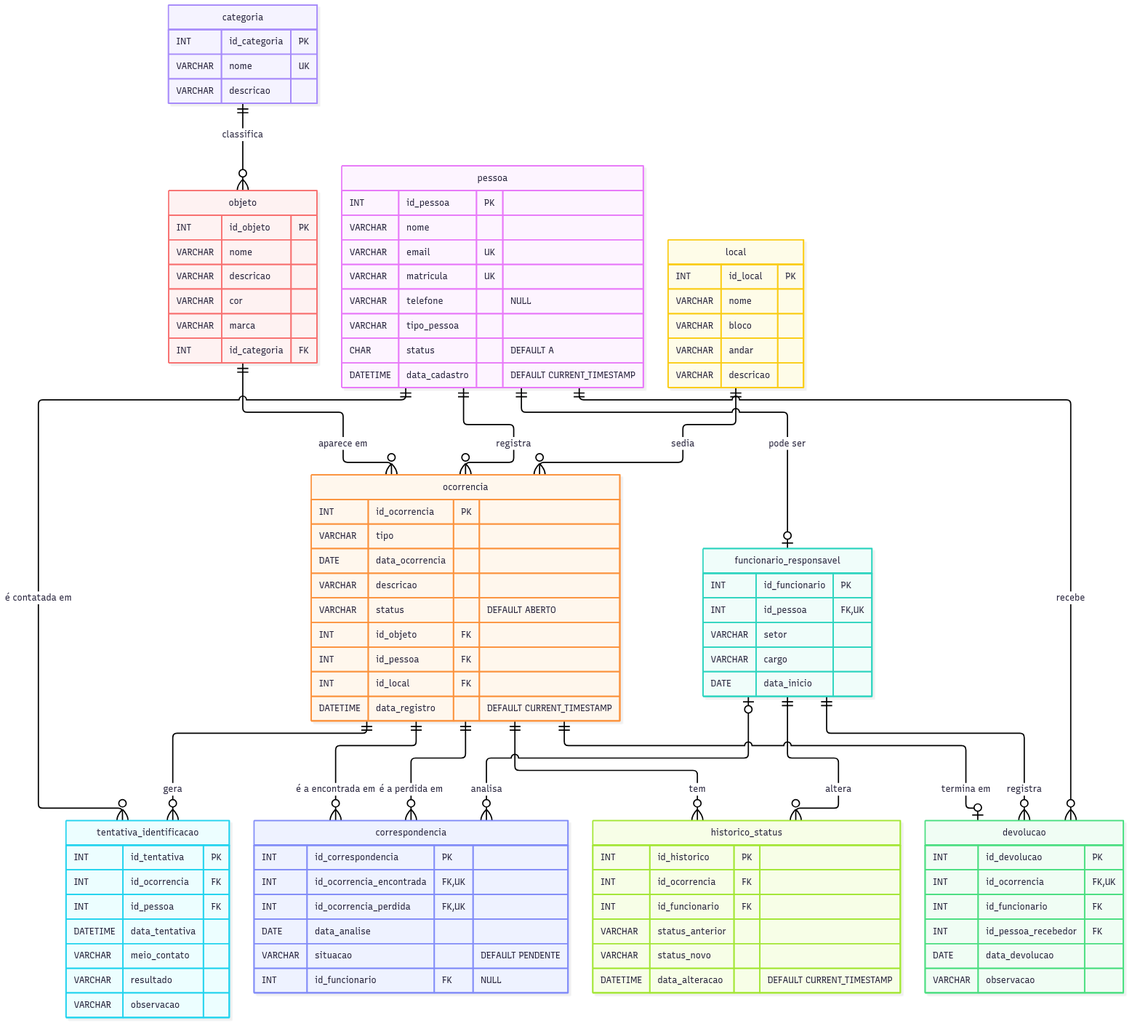
Earlier version of the Mermaid export docs/der.png (pedroqueirozs/encontra-afya). Its source is kept beside it as docs/der.mmd.
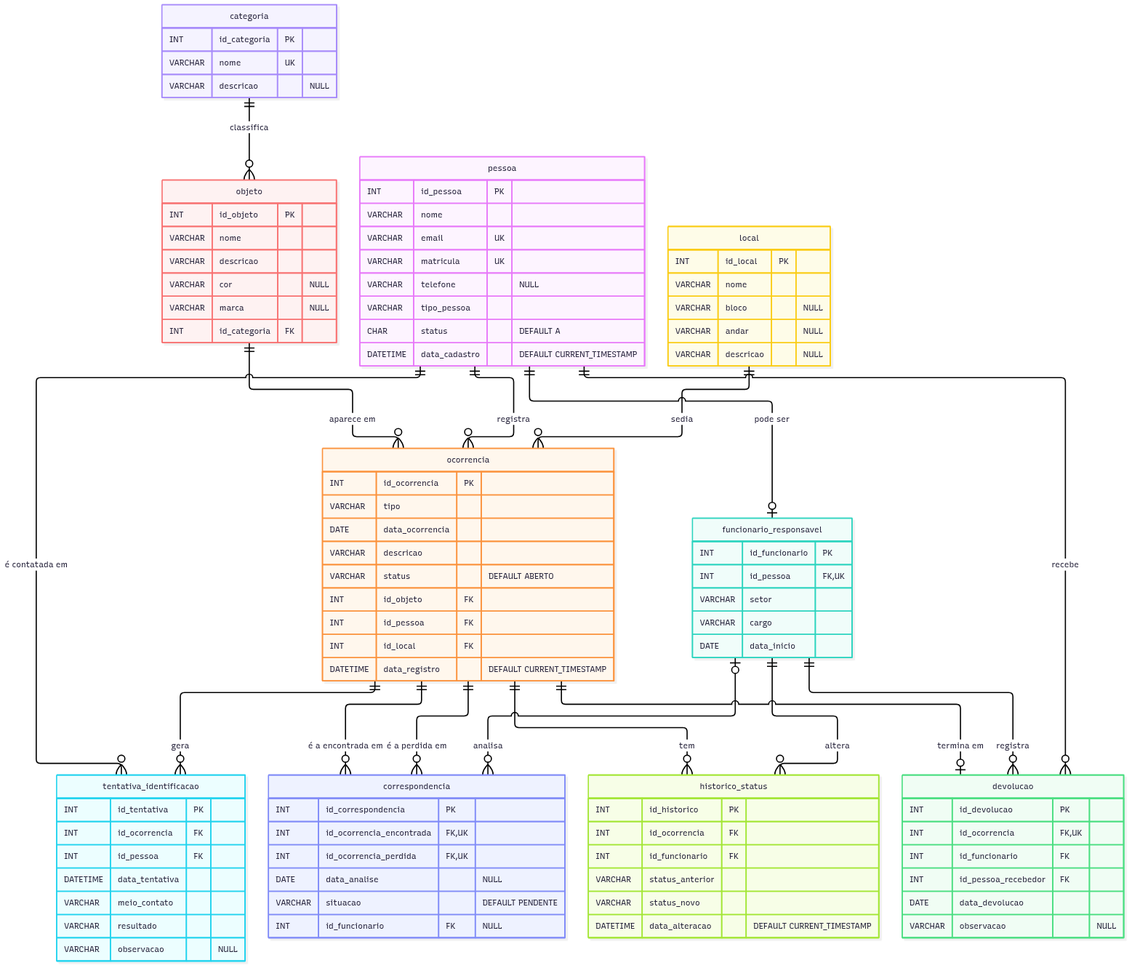
The same diagram one commit later.

Commit message:
docs: add data dictionary and mark nullable columns in diagram

Diff of the diagram source:
```diff
@@ -37,23 +37,23 @@
     categoria {
         INT id_categoria PK
         VARCHAR nome UK
-        VARCHAR descricao
+        VARCHAR descricao "NULL"
     }
 
     local {
         INT id_local PK
         VARCHAR nome
-        VARCHAR bloco
-        VARCHAR andar
-        VARCHAR descricao
+        VARCHAR bloco "NULL"
+        VARCHAR andar "NULL"
+        VARCHAR descricao "NULL"
     }
 
     objeto {
         INT id_objeto PK
         VARCHAR nome
         VARCHAR descricao
-        VARCHAR cor
-        VARCHAR marca
+        VARCHAR cor "NULL"
+        VARCHAR marca "NULL"
         INT id_categoria FK
     }
 
@@ -76,14 +76,14 @@
         DATETIME data_tentativa
         VARCHAR meio_contato
         VARCHAR resultado
-        VARCHAR observacao
+        VARCHAR observacao "NULL"
     }
 
     correspondencia {
         INT id_correspondencia PK
         INT id_ocorrencia_encontrada FK,UK
         INT id_ocorrencia_perdida FK,UK
-        DATE data_analise
+        DATE data_analise "NULL"
         VARCHAR situacao "DEFAULT PENDENTE"
         INT id_funcionario FK "NULL"
     }
@@ -94,7 +94,7 @@
         INT id_funcionario FK
         INT id_pessoa_recebedor FK
         DATE data_devolucao
-        VARCHAR observacao
+        VARCHAR observacao "NULL"
     }
 
     historico_status {
```
